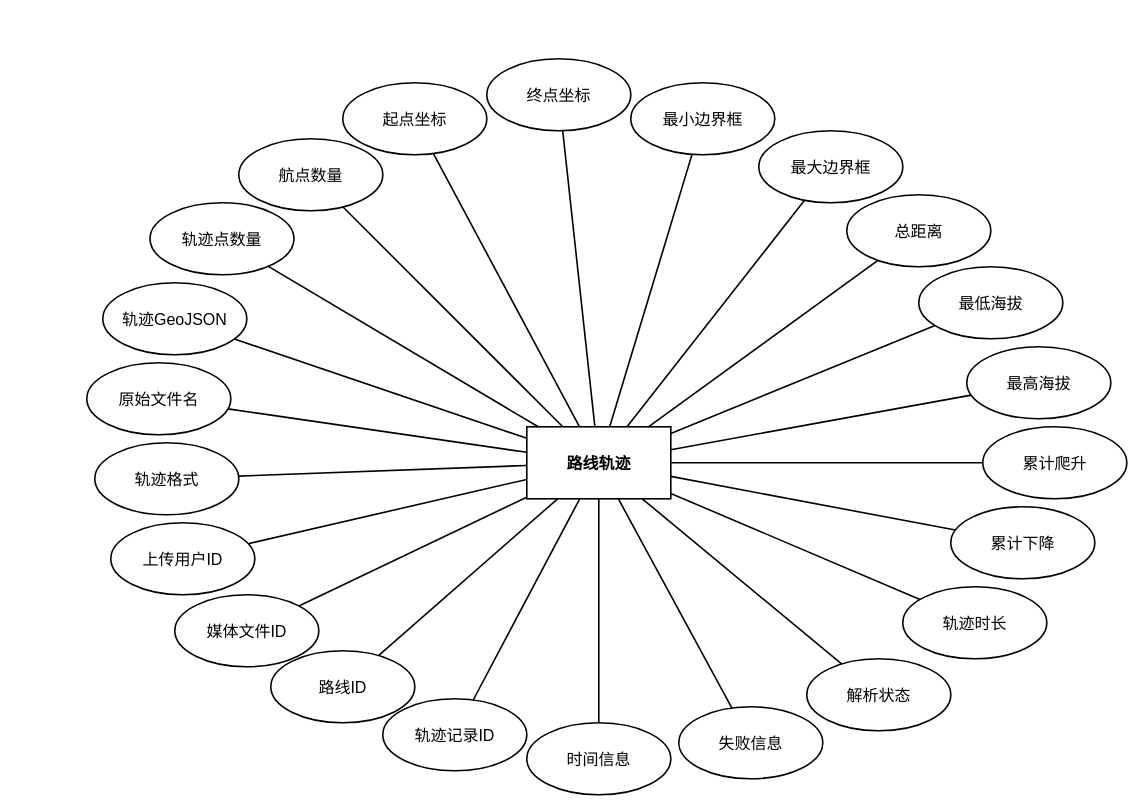
The draw.io diagram DOCS/architecture-diagrams/sources/实体图/trail_tracks/trail_tracks_entity.drawio in 612cs/TrailQuest, before the edit. Source tidied: cells renumbered, new cells numbered last; positions are measured from the earlier drawing's top-left corner, leaving out a move shared by most shapes. Both pictures are drawn from the tidied source at 80%, with x=0, y=0 at pixel (86, 58).
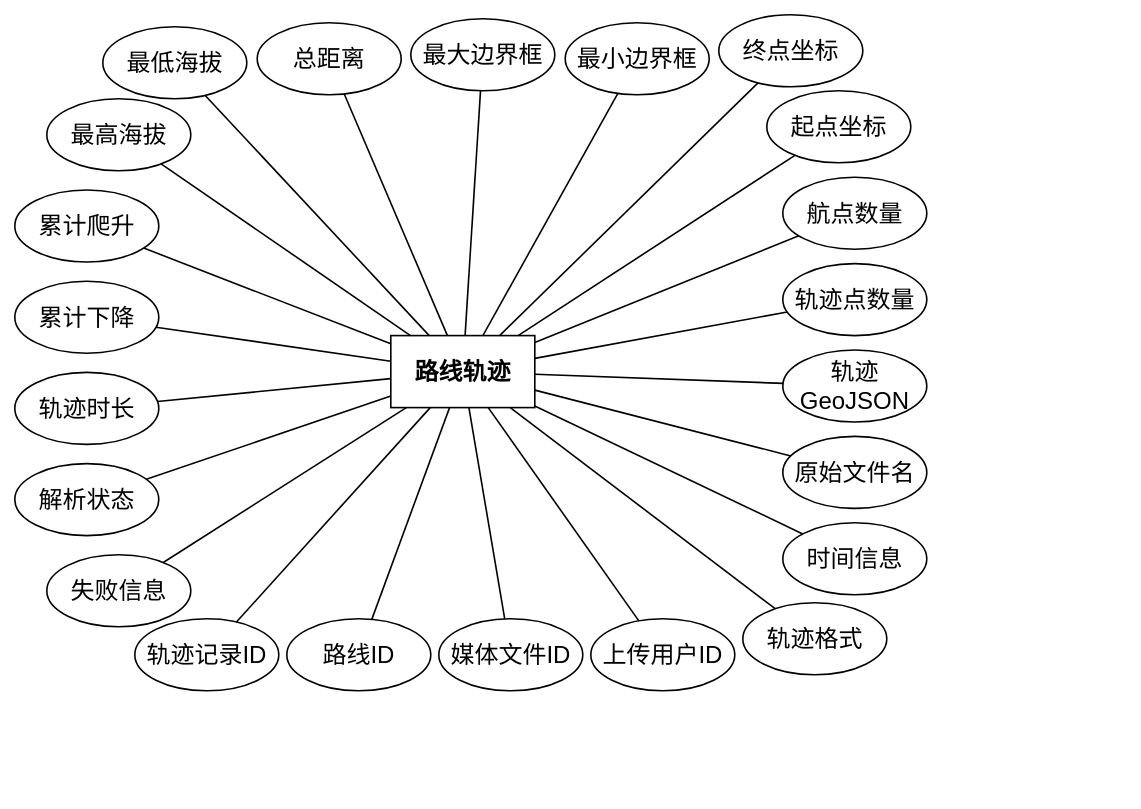
Above is the later version.

What changed in the source:
```diff
@@
-    <mxCell id="2" value="路线轨迹" style="rounded=0;whiteSpace=wrap;html=1;fillColor=none;strokeColor=#000000;fontColor=#000000;fontFamily=Arial;fontSize=20;fontStyle=1;align=center;verticalAlign=middle;strokeWidth=2;gradientColor=none;shadow=0;glass=0;" parent="1" vertex="1">
-      <mxGeometry x="550" y="460" width="180" height="90" as="geometry" />
+    <mxCell id="2" value="路线轨迹" style="rounded=0;whiteSpace=wrap;html=1;fillColor=none;strokeColor=#000000;fontColor=#000000;fontFamily=Arial;fontSize=30;fontStyle=1;align=center;verticalAlign=middle;strokeWidth=2;gradientColor=none;shadow=0;glass=0;" parent="1" vertex="1">
+      <mxGeometry x="380" y="346" width="180" height="90" as="geometry" />
     </mxCell>
-    <mxCell id="3" value="轨迹记录ID" style="ellipse;whiteSpace=wrap;html=1;fillColor=none;strokeColor=#000000;fontColor=#000000;fontFamily=Arial;fontSize=20;align=center;verticalAlign=middle;strokeWidth=2;gradientColor=none;shadow=0;glass=0;" parent="1" vertex="1">
-      <mxGeometry x="370" y="800" width="180" height="90" as="geometry" />
+    <mxCell id="3" value="轨迹记录ID" style="ellipse;whiteSpace=wrap;html=1;fillColor=none;strokeColor=#000000;fontColor=#000000;fontFamily=Arial;fontSize=30;align=center;verticalAlign=middle;strokeWidth=2;gradientColor=none;shadow=0;glass=0;" parent="1" vertex="1">
+      <mxGeometry x="60" y="700" width="180" height="90" as="geometry" />
     </mxCell>
-    <mxCell id="4" value="路线ID" style="ellipse;whiteSpace=wrap;html=1;fillColor=none;strokeColor=#000000;fontColor=#000000;fontFamily=Arial;fontSize=20;align=center;verticalAlign=middle;strokeWidth=2;gradientColor=none;shadow=0;glass=0;" parent="1" vertex="1">
-      <mxGeometry x="230" y="740" width="180" height="90" as="geometry" />
+    <mxCell id="4" value="路线ID" style="ellipse;whiteSpace=wrap;html=1;fillColor=none;strokeColor=#000000;fontColor=#000000;fontFamily=Arial;fontSize=30;align=center;verticalAlign=middle;strokeWidth=2;gradientColor=none;shadow=0;glass=0;" parent="1" vertex="1">
+      <mxGeometry x="250" y="700" width="180" height="90" as="geometry" />
     </mxCell>
-    <mxCell id="5" value="媒体文件ID" style="ellipse;whiteSpace=wrap;html=1;fillColor=none;strokeColor=#000000;fontColor=#000000;fontFamily=Arial;fontSize=20;align=center;verticalAlign=middle;strokeWidth=2;gradientColor=none;shadow=0;glass=0;" parent="1" vertex="1">
-      <mxGeometry x="110" y="670" width="180" height="90" as="geometry" />
+    <mxCell id="5" value="媒体文件ID" style="ellipse;whiteSpace=wrap;html=1;fillColor=none;strokeColor=#000000;fontColor=#000000;fontFamily=Arial;fontSize=30;align=center;verticalAlign=middle;strokeWidth=2;gradientColor=none;shadow=0;glass=0;" parent="1" vertex="1">
+      <mxGeometry x="440" y="700" width="180" height="90" as="geometry" />
     </mxCell>
-    <mxCell id="6" value="上传用户ID" style="ellipse;whiteSpace=wrap;html=1;fillColor=none;strokeColor=#000000;fontColor=#000000;fontFamily=Arial;fontSize=20;align=center;verticalAlign=middle;strokeWidth=2;gradientColor=none;shadow=0;glass=0;" parent="1" vertex="1">
-      <mxGeometry x="30" y="580" width="180" height="90" as="geometry" />
+    <mxCell id="6" value="上传用户ID" style="ellipse;whiteSpace=wrap;html=1;fillColor=none;strokeColor=#000000;fontColor=#000000;fontFamily=Arial;fontSize=30;align=center;verticalAlign=middle;strokeWidth=2;gradientColor=none;shadow=0;glass=0;" parent="1" vertex="1">
+      <mxGeometry x="630" y="700" width="180" height="90" as="geometry" />
     </mxCell>
-    <mxCell id="7" value="轨迹格式" style="ellipse;whiteSpace=wrap;html=1;fillColor=none;strokeColor=#000000;fontColor=#000000;fontFamily=Arial;fontSize=20;align=center;verticalAlign=middle;strokeWidth=2;gradientColor=none;shadow=0;glass=0;" parent="1" vertex="1">
-      <mxGeometry x="10" y="480" width="180" height="90" as="geometry" />
+    <mxCell id="7" value="轨迹格式" style="ellipse;whiteSpace=wrap;html=1;fillColor=none;strokeColor=#000000;fontColor=#000000;fontFamily=Arial;fontSize=30;align=center;verticalAlign=middle;strokeWidth=2;gradientColor=none;shadow=0;glass=0;" parent="1" vertex="1">
+      <mxGeometry x="820" y="680" width="180" height="90" as="geometry" />
     </mxCell>
-    <mxCell id="8" value="原始文件名" style="ellipse;whiteSpace=wrap;html=1;fillColor=none;strokeColor=#000000;fontColor=#000000;fontFamily=Arial;fontSize=20;align=center;verticalAlign=middle;strokeWidth=2;gradientColor=none;shadow=0;glass=0;" parent="1" vertex="1">
-      <mxGeometry y="380" width="180" height="90" as="geometry" />
+    <mxCell id="8" value="原始文件名" style="ellipse;whiteSpace=wrap;html=1;fillColor=none;strokeColor=#000000;fontColor=#000000;fontFamily=Arial;fontSize=30;align=center;verticalAlign=middle;strokeWidth=2;gradientColor=none;shadow=0;glass=0;" parent="1" vertex="1">
+      <mxGeometry x="870" y="472" width="180" height="90" as="geometry" />
     </mxCell>
-    <mxCell id="9" value="轨迹GeoJSON" style="ellipse;whiteSpace=wrap;html=1;fillColor=none;strokeColor=#000000;fontColor=#000000;fontFamily=Arial;fontSize=20;align=center;verticalAlign=middle;strokeWidth=2;gradientColor=none;shadow=0;glass=0;" parent="1" vertex="1">
-      <mxGeometry x="20" y="280" width="180" height="90" as="geometry" />
+    <mxCell id="9" value="轨迹GeoJSON" style="ellipse;whiteSpace=wrap;html=1;fillColor=none;strokeColor=#000000;fontColor=#000000;fontFamily=Arial;fontSize=30;align=center;verticalAlign=middle;strokeWidth=2;gradientColor=none;shadow=0;glass=0;" parent="1" vertex="1">
+      <mxGeometry x="870" y="364" width="180" height="90" as="geometry" />
     </mxCell>
-    <mxCell id="10" value="轨迹点数量" style="ellipse;whiteSpace=wrap;html=1;fillColor=none;strokeColor=#000000;fontColor=#000000;fontFamily=Arial;fontSize=20;align=center;verticalAlign=middle;strokeWidth=2;gradientColor=none;shadow=0;glass=0;" parent="1" vertex="1">
-      <mxGeometry x="79" y="180" width="180" height="90" as="geometry" />
+    <mxCell id="10" value="轨迹点数量" style="ellipse;whiteSpace=wrap;html=1;fillColor=none;strokeColor=#000000;fontColor=#000000;fontFamily=Arial;fontSize=30;align=center;verticalAlign=middle;strokeWidth=2;gradientColor=none;shadow=0;glass=0;" parent="1" vertex="1">
+      <mxGeometry x="870" y="256" width="180" height="90" as="geometry" />
     </mxCell>
-    <mxCell id="11" value="航点数量" style="ellipse;whiteSpace=wrap;html=1;fillColor=none;strokeColor=#000000;fontColor=#000000;fontFamily=Arial;fontSize=20;align=center;verticalAlign=middle;strokeWidth=2;gradientColor=none;shadow=0;glass=0;" parent="1" vertex="1">
-      <mxGeometry x="190" y="100" width="180" height="90" as="geometry" />
+    <mxCell id="11" value="航点数量" style="ellipse;whiteSpace=wrap;html=1;fillColor=none;strokeColor=#000000;fontColor=#000000;fontFamily=Arial;fontSize=30;align=center;verticalAlign=middle;strokeWidth=2;gradientColor=none;shadow=0;glass=0;" parent="1" vertex="1">
+      <mxGeometry x="870" y="148" width="180" height="90" as="geometry" />
     </mxCell>
-    <mxCell id="12" value="起点坐标" style="ellipse;whiteSpace=wrap;html=1;fillColor=none;strokeColor=#000000;fontColor=#000000;fontFamily=Arial;fontSize=20;align=center;verticalAlign=middle;strokeWidth=2;gradientColor=none;shadow=0;glass=0;" parent="1" vertex="1">
-      <mxGeometry x="320" y="30" width="180" height="90" as="geometry" />
+    <mxCell id="12" value="起点坐标" style="ellipse;whiteSpace=wrap;html=1;fillColor=none;strokeColor=#000000;fontColor=#000000;fontFamily=Arial;fontSize=30;align=center;verticalAlign=middle;strokeWidth=2;gradientColor=none;shadow=0;glass=0;" parent="1" vertex="1">
+      <mxGeometry x="850" y="40" width="180" height="90" as="geometry" />
     </mxCell>
-    <mxCell id="13" value="终点坐标" style="ellipse;whiteSpace=wrap;html=1;fillColor=none;strokeColor=#000000;fontColor=#000000;fontFamily=Arial;fontSize=20;align=center;verticalAlign=middle;strokeWidth=2;gradientColor=none;shadow=0;glass=0;" parent="1" vertex="1">
-      <mxGeometry x="500" width="180" height="90" as="geometry" />
+    <mxCell id="13" value="终点坐标" style="ellipse;whiteSpace=wrap;html=1;fillColor=none;strokeColor=#000000;fontColor=#000000;fontFamily=Arial;fontSize=30;align=center;verticalAlign=middle;strokeWidth=2;gradientColor=none;shadow=0;glass=0;" parent="1" vertex="1">
+      <mxGeometry x="790" y="-55" width="180" height="90" as="geometry" />
     </mxCell>
-    <mxCell id="14" value="最小边界框" style="ellipse;whiteSpace=wrap;html=1;fillColor=none;strokeColor=#000000;fontColor=#000000;fontFamily=Arial;fontSize=20;align=center;verticalAlign=middle;strokeWidth=2;gradientColor=none;shadow=0;glass=0;" parent="1" vertex="1">
-      <mxGeometry x="680" y="30" width="180" height="90" as="geometry" />
+    <mxCell id="14" value="最小边界框" style="ellipse;whiteSpace=wrap;html=1;fillColor=none;strokeColor=#000000;fontColor=#000000;fontFamily=Arial;fontSize=30;align=center;verticalAlign=middle;strokeWidth=2;gradientColor=none;shadow=0;glass=0;" parent="1" vertex="1">
+      <mxGeometry x="598" y="-45" width="180" height="90" as="geometry" />
     </mxCell>
-    <mxCell id="15" value="最大边界框" style="ellipse;whiteSpace=wrap;html=1;fillColor=none;strokeColor=#000000;fontColor=#000000;fontFamily=Arial;fontSize=20;align=center;verticalAlign=middle;strokeWidth=2;gradientColor=none;shadow=0;glass=0;" parent="1" vertex="1">
-      <mxGeometry x="840" y="90" width="180" height="90" as="geometry" />
+    <mxCell id="15" value="最大边界框" style="ellipse;whiteSpace=wrap;html=1;fillColor=none;strokeColor=#000000;fontColor=#000000;fontFamily=Arial;fontSize=30;align=center;verticalAlign=middle;strokeWidth=2;gradientColor=none;shadow=0;glass=0;" parent="1" vertex="1">
+      <mxGeometry x="405" y="-50" width="180" height="90" as="geometry" />
     </mxCell>
-    <mxCell id="16" value="总距离" style="ellipse;whiteSpace=wrap;html=1;fillColor=none;strokeColor=#000000;fontColor=#000000;fontFamily=Arial;fontSize=20;align=center;verticalAlign=middle;strokeWidth=2;gradientColor=none;shadow=0;glass=0;" parent="1" vertex="1">
-      <mxGeometry x="950" y="170" width="180" height="90" as="geometry" />
+    <mxCell id="16" value="总距离" style="ellipse;whiteSpace=wrap;html=1;fillColor=none;strokeColor=#000000;fontColor=#000000;fontFamily=Arial;fontSize=30;align=center;verticalAlign=middle;strokeWidth=2;gradientColor=none;shadow=0;glass=0;" parent="1" vertex="1">
+      <mxGeometry x="213" y="-45" width="180" height="90" as="geometry" />
     </mxCell>
-    <mxCell id="17" value="最低海拔" style="ellipse;whiteSpace=wrap;html=1;fillColor=none;strokeColor=#000000;fontColor=#000000;fontFamily=Arial;fontSize=20;align=center;verticalAlign=middle;strokeWidth=2;gradientColor=none;shadow=0;glass=0;" parent="1" vertex="1">
-      <mxGeometry x="1040" y="260" width="180" height="90" as="geometry" />
+    <mxCell id="17" value="最低海拔" style="ellipse;whiteSpace=wrap;html=1;fillColor=none;strokeColor=#000000;fontColor=#000000;fontFamily=Arial;fontSize=30;align=center;verticalAlign=middle;strokeWidth=2;gradientColor=none;shadow=0;glass=0;" parent="1" vertex="1">
+      <mxGeometry x="20" y="-40" width="180" height="90" as="geometry" />
     </mxCell>
-    <mxCell id="18" value="最高海拔" style="ellipse;whiteSpace=wrap;html=1;fillColor=none;strokeColor=#000000;fontColor=#000000;fontFamily=Arial;fontSize=20;align=center;verticalAlign=middle;strokeWidth=2;gradientColor=none;shadow=0;glass=0;" parent="1" vertex="1">
-      <mxGeometry x="1100" y="360" width="180" height="90" as="geometry" />
+    <mxCell id="18" value="最高海拔" style="ellipse;whiteSpace=wrap;html=1;fillColor=none;strokeColor=#000000;fontColor=#000000;fontFamily=Arial;fontSize=30;align=center;verticalAlign=middle;strokeWidth=2;gradientColor=none;shadow=0;glass=0;" parent="1" vertex="1">
+      <mxGeometry x="-50" y="50" width="180" height="90" as="geometry" />
     </mxCell>
-    <mxCell id="19" value="累计爬升" style="ellipse;whiteSpace=wrap;html=1;fillColor=none;strokeColor=#000000;fontColor=#000000;fontFamily=Arial;fontSize=20;align=center;verticalAlign=middle;strokeWidth=2;gradientColor=none;shadow=0;glass=0;" parent="1" vertex="1">
-      <mxGeometry x="1120" y="460" width="180" height="90" as="geometry" />
+    <mxCell id="19" value="累计爬升" style="ellipse;whiteSpace=wrap;html=1;fillColor=none;strokeColor=#000000;fontColor=#000000;fontFamily=Arial;fontSize=30;align=center;verticalAlign=middle;strokeWidth=2;gradientColor=none;shadow=0;glass=0;" parent="1" vertex="1">
+      <mxGeometry x="-90" y="164" width="180" height="90" as="geometry" />
     </mxCell>
-    <mxCell id="20" value="累计下降" style="ellipse;whiteSpace=wrap;html=1;fillColor=none;strokeColor=#000000;fontColor=#000000;fontFamily=Arial;fontSize=20;align=center;verticalAlign=middle;strokeWidth=2;gradientColor=none;shadow=0;glass=0;" parent="1" vertex="1">
-      <mxGeometry x="1080" y="560" width="180" height="90" as="geometry" />
+    <mxCell id="20" value="累计下降" style="ellipse;whiteSpace=wrap;html=1;fillColor=none;strokeColor=#000000;fontColor=#000000;fontFamily=Arial;fontSize=30;align=center;verticalAlign=middle;strokeWidth=2;gradientColor=none;shadow=0;glass=0;" parent="1" vertex="1">
+      <mxGeometry x="-90" y="278" width="180" height="90" as="geometry" />
     </mxCell>
-    <mxCell id="21" value="轨迹时长" style="ellipse;whiteSpace=wrap;html=1;fillColor=none;strokeColor=#000000;fontColor=#000000;fontFamily=Arial;fontSize=20;align=center;verticalAlign=middle;strokeWidth=2;gradientColor=none;shadow=0;glass=0;" parent="1" vertex="1">
-      <mxGeometry x="1020" y="660" width="180" height="90" as="geometry" />
+    <mxCell id="21" value="轨迹时长" style="ellipse;whiteSpace=wrap;html=1;fillColor=none;strokeColor=#000000;fontColor=#000000;fontFamily=Arial;fontSize=30;align=center;verticalAlign=middle;strokeWidth=2;gradientColor=none;shadow=0;glass=0;" parent="1" vertex="1">
+      <mxGeometry x="-90" y="392" width="180" height="90" as="geometry" />
     </mxCell>
-    <mxCell id="22" value="解析状态" style="ellipse;whiteSpace=wrap;html=1;fillColor=none;strokeColor=#000000;fontColor=#000000;fontFamily=Arial;fontSize=20;align=center;verticalAlign=middle;strokeWidth=2;gradientColor=none;shadow=0;glass=0;" parent="1" vertex="1">
-      <mxGeometry x="900" y="750" width="180" height="90" as="geometry" />
+    <mxCell id="22" value="解析状态" style="ellipse;whiteSpace=wrap;html=1;fillColor=none;strokeColor=#000000;fontColor=#000000;fontFamily=Arial;fontSize=30;align=center;verticalAlign=middle;strokeWidth=2;gradientColor=none;shadow=0;glass=0;" parent="1" vertex="1">
+      <mxGeometry x="-90" y="506" width="180" height="90" as="geometry" />
     </mxCell>
-    <mxCell id="23" value="失败信息" style="ellipse;whiteSpace=wrap;html=1;fillColor=none;strokeColor=#000000;fontColor=#000000;fontFamily=Arial;fontSize=20;align=center;verticalAlign=middle;strokeWidth=2;gradientColor=none;shadow=0;glass=0;" parent="1" vertex="1">
-      <mxGeometry x="740" y="810" width="180" height="90" as="geometry" />
+    <mxCell id="23" value="失败信息" style="ellipse;whiteSpace=wrap;html=1;fillColor=none;strokeColor=#000000;fontColor=#000000;fontFamily=Arial;fontSize=30;align=center;verticalAlign=middle;strokeWidth=2;gradientColor=none;shadow=0;glass=0;" parent="1" vertex="1">
+      <mxGeometry x="-50" y="620" width="180" height="90" as="geometry" />
     </mxCell>
-    <mxCell id="24" value="时间信息" style="ellipse;whiteSpace=wrap;html=1;fillColor=none;strokeColor=#000000;fontColor=#000000;fontFamily=Arial;fontSize=20;align=center;verticalAlign=middle;strokeWidth=2;gradientColor=none;shadow=0;glass=0;" parent="1" vertex="1">
-      <mxGeometry x="550" y="830" width="180" height="90" as="geometry" />
+    <mxCell id="24" value="时间信息" style="ellipse;whiteSpace=wrap;html=1;fillColor=none;strokeColor=#000000;fontColor=#000000;fontFamily=Arial;fontSize=30;align=center;verticalAlign=middle;strokeWidth=2;gradientColor=none;shadow=0;glass=0;" parent="1" vertex="1">
+      <mxGeometry x="870" y="580" width="180" height="90" as="geometry" />
     </mxCell>
-    <mxCell id="25" style="endArrow=none;html=1;rounded=0;strokeColor=#000000;strokeWidth=2;" parent="1" edge="1" source="2" target="3">
+    <mxCell id="25" style="endArrow=none;html=1;rounded=0;strokeColor=#000000;strokeWidth=2;fontSize=30;" parent="1" edge="1" source="2" target="3">
       <mxGeometry relative="1" as="geometry" />
     </mxCell>
-    <mxCell id="26" style="endArrow=none;html=1;rounded=0;strokeColor=#000000;strokeWidth=2;" parent="1" edge="1" source="2" target="4">
+    <mxCell id="26" style="endArrow=none;html=1;rounded=0;strokeColor=#000000;strokeWidth=2;fontSize=30;" parent="1" edge="1" source="2" target="4">
       <mxGeometry relative="1" as="geometry" />
     </mxCell>
-    <mxCell id="27" style="endArrow=none;html=1;rounded=0;strokeColor=#000000;strokeWidth=2;" parent="1" edge="1" source="2" target="5">
+    <mxCell id="27" style="endArrow=none;html=1;rounded=0;strokeColor=#000000;strokeWidth=2;fontSize=30;" parent="1" edge="1" source="2" target="5">
       <mxGeometry relative="1" as="geometry" />
     </mxCell>
-    <mxCell id="28" style="endArrow=none;html=1;rounded=0;strokeColor=#000000;strokeWidth=2;" parent="1" edge="1" source="2" target="6">
+    <mxCell id="28" style="endArrow=none;html=1;rounded=0;strokeColor=#000000;strokeWidth=2;fontSize=30;" parent="1" edge="1" source="2" target="6">
       <mxGeometry relative="1" as="geometry" />
     </mxCell>
-    <mxCell id="29" style="endArrow=none;html=1;rounded=0;strokeColor=#000000;strokeWidth=2;" parent="1" edge="1" source="2" target="7">
+    <mxCell id="29" style="endArrow=none;html=1;rounded=0;strokeColor=#000000;strokeWidth=2;fontSize=30;" parent="1" edge="1" source="2" target="7">
       <mxGeometry relative="1" as="geometry" />
     </mxCell>
-    <mxCell id="30" style="endArrow=none;html=1;rounded=0;strokeColor=#000000;strokeWidth=2;" parent="1" edge="1" source="2" target="8">
+    <mxCell id="30" style="endArrow=none;html=1;rounded=0;strokeColor=#000000;strokeWidth=2;fontSize=30;" parent="1" edge="1" source="2" target="8">
       <mxGeometry relative="1" as="geometry" />
     </mxCell>
-    <mxCell id="31" style="endArrow=none;html=1;rounded=0;strokeColor=#000000;strokeWidth=2;" parent="1" edge="1" source="2" target="9">
+    <mxCell id="31" style="endArrow=none;html=1;rounded=0;strokeColor=#000000;strokeWidth=2;fontSize=30;" parent="1" edge="1" source="2" target="9">
       <mxGeometry relative="1" as="geometry" />
     </mxCell>
-    <mxCell id="32" style="endArrow=none;html=1;rounded=0;strokeColor=#000000;strokeWidth=2;" parent="1" edge="1" source="2" target="10">
+    <mxCell id="32" style="endArrow=none;html=1;rounded=0;strokeColor=#000000;strokeWidth=2;fontSize=30;" parent="1" edge="1" source="2" target="10">
       <mxGeometry relative="1" as="geometry" />
     </mxCell>
-    <mxCell id="33" style="endArrow=none;html=1;rounded=0;strokeColor=#000000;strokeWidth=2;" parent="1" edge="1" source="2" target="11">
+    <mxCell id="33" style="endArrow=none;html=1;rounded=0;strokeColor=#000000;strokeWidth=2;fontSize=30;" parent="1" edge="1" source="2" target="11">
       <mxGeometry relative="1" as="geometry" />
     </mxCell>
-    <mxCell id="34" style="endArrow=none;html=1;rounded=0;strokeColor=#000000;strokeWidth=2;" parent="1" edge="1" source="2" target="12">
+    <mxCell id="34" style="endArrow=none;html=1;rounded=0;strokeColor=#000000;strokeWidth=2;fontSize=30;" parent="1" edge="1" source="2" target="12">
       <mxGeometry relative="1" as="geometry" />
     </mxCell>
-    <mxCell id="35" style="endArrow=none;html=1;rounded=0;strokeColor=#000000;strokeWidth=2;" parent="1" edge="1" source="2" target="13">
+    <mxCell id="35" style="endArrow=none;html=1;rounded=0;strokeColor=#000000;strokeWidth=2;fontSize=30;" parent="1" edge="1" source="2" target="13">
       <mxGeometry relative="1" as="geometry" />
     </mxCell>
-    <mxCell id="36" style="endArrow=none;html=1;rounded=0;strokeColor=#000000;strokeWidth=2;" parent="1" edge="1" source="2" target="14">
+    <mxCell id="36" style="endArrow=none;html=1;rounded=0;strokeColor=#000000;strokeWidth=2;fontSize=30;" parent="1" edge="1" source="2" target="14">
       <mxGeometry relative="1" as="geometry" />
     </mxCell>
-    <mxCell id="37" style="endArrow=none;html=1;rounded=0;strokeColor=#000000;strokeWidth=2;" parent="1" edge="1" source="2" target="15">
+    <mxCell id="37" style="endArrow=none;html=1;rounded=0;strokeColor=#000000;strokeWidth=2;fontSize=30;" parent="1" edge="1" source="2" target="15">
       <mxGeometry relative="1" as="geometry" />
     </mxCell>
-    <mxCell id="38" style="endArrow=none;html=1;rounded=0;strokeColor=#000000;strokeWidth=2;" parent="1" edge="1" source="2" target="16">
+    <mxCell id="38" style="endArrow=none;html=1;rounded=0;strokeColor=#000000;strokeWidth=2;fontSize=30;" parent="1" edge="1" source="2" target="16">
       <mxGeometry relative="1" as="geometry" />
     </mxCell>
-    <mxCell id="39" style="endArrow=none;html=1;rounded=0;strokeColor=#000000;strokeWidth=2;" parent="1" edge="1" source="2" target="17">
+    <mxCell id="39" style="endArrow=none;html=1;rounded=0;strokeColor=#000000;strokeWidth=2;fontSize=30;" parent="1" edge="1" source="2" target="17">
       <mxGeometry relative="1" as="geometry" />
     </mxCell>
-    <mxCell id="40" style="endArrow=none;html=1;rounded=0;strokeColor=#000000;strokeWidth=2;" parent="1" edge="1" source="2" target="18">
+    <mxCell id="40" style="endArrow=none;html=1;rounded=0;strokeColor=#000000;strokeWidth=2;fontSize=30;" parent="1" edge="1" source="2" target="18">
       <mxGeometry relative="1" as="geometry" />
     </mxCell>
-    <mxCell id="41" style="endArrow=none;html=1;rounded=0;strokeColor=#000000;strokeWidth=2;" parent="1" edge="1" source="2" target="19">
+    <mxCell id="41" style="endArrow=none;html=1;rounded=0;strokeColor=#000000;strokeWidth=2;fontSize=30;" parent="1" edge="1" source="2" target="19">
       <mxGeometry relative="1" as="geometry" />
     </mxCell>
-    <mxCell id="42" style="endArrow=none;html=1;rounded=0;strokeColor=#000000;strokeWidth=2;" parent="1" edge="1" source="2" target="20">
+    <mxCell id="42" style="endArrow=none;html=1;rounded=0;strokeColor=#000000;strokeWidth=2;fontSize=30;" parent="1" edge="1" source="2" target="20">
       <mxGeometry relative="1" as="geometry" />
     </mxCell>
-    <mxCell id="43" style="endArrow=none;html=1;rounded=0;strokeColor=#000000;strokeWidth=2;" parent="1" edge="1" source="2" target="21">
+    <mxCell id="43" style="endArrow=none;html=1;rounded=0;strokeColor=#000000;strokeWidth=2;fontSize=30;" parent="1" edge="1" source="2" target="21">
       <mxGeometry relative="1" as="geometry" />
     </mxCell>
-    <mxCell id="44" style="endArrow=none;html=1;rounded=0;strokeColor=#000000;strokeWidth=2;" parent="1" edge="1" source="2" target="22">
+    <mxCell id="44" style="endArrow=none;html=1;rounded=0;strokeColor=#000000;strokeWidth=2;fontSize=30;" parent="1" edge="1" source="2" target="22">
       <mxGeometry relative="1" as="geometry" />
     </mxCell>
-    <mxCell id="45" style="endArrow=none;html=1;rounded=0;strokeColor=#000000;strokeWidth=2;" parent="1" edge="1" source="2" target="23">
+    <mxCell id="45" style="endArrow=none;html=1;rounded=0;strokeColor=#000000;strokeWidth=2;fontSize=30;" parent="1" edge="1" source="2" target="23">
       <mxGeometry relative="1" as="geometry" />
     </mxCell>
-    <mxCell id="46" style="endArrow=none;html=1;rounded=0;strokeColor=#000000;strokeWidth=2;" parent="1" edge="1" source="2" target="24">
+    <mxCell id="46" style="endArrow=none;html=1;rounded=0;strokeColor=#000000;strokeWidth=2;fontSize=30;" parent="1" edge="1" source="2" target="24">
       <mxGeometry relative="1" as="geometry" />
     </mxCell>
```
